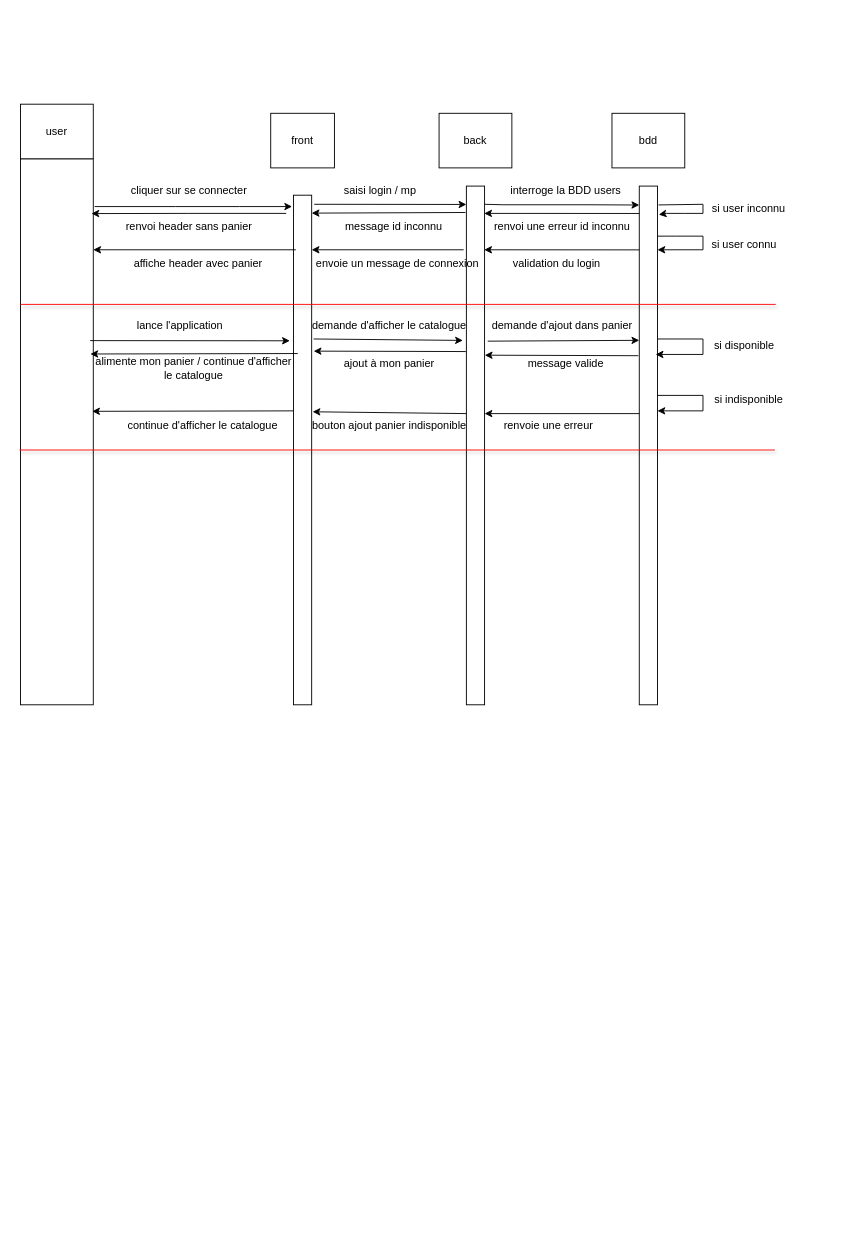
The draw.io diagram Diagramme sans nom.drawio in Nairolf7793/Nairolf7793, before the edit. Source tidied: cells renumbered, new cells numbered last; positions are measured from the earlier drawing's top-left corner, leaving out a move shared by most shapes. Both pictures are drawn from the tidied source at 91%, with x=0, y=0 at pixel (19, 104).
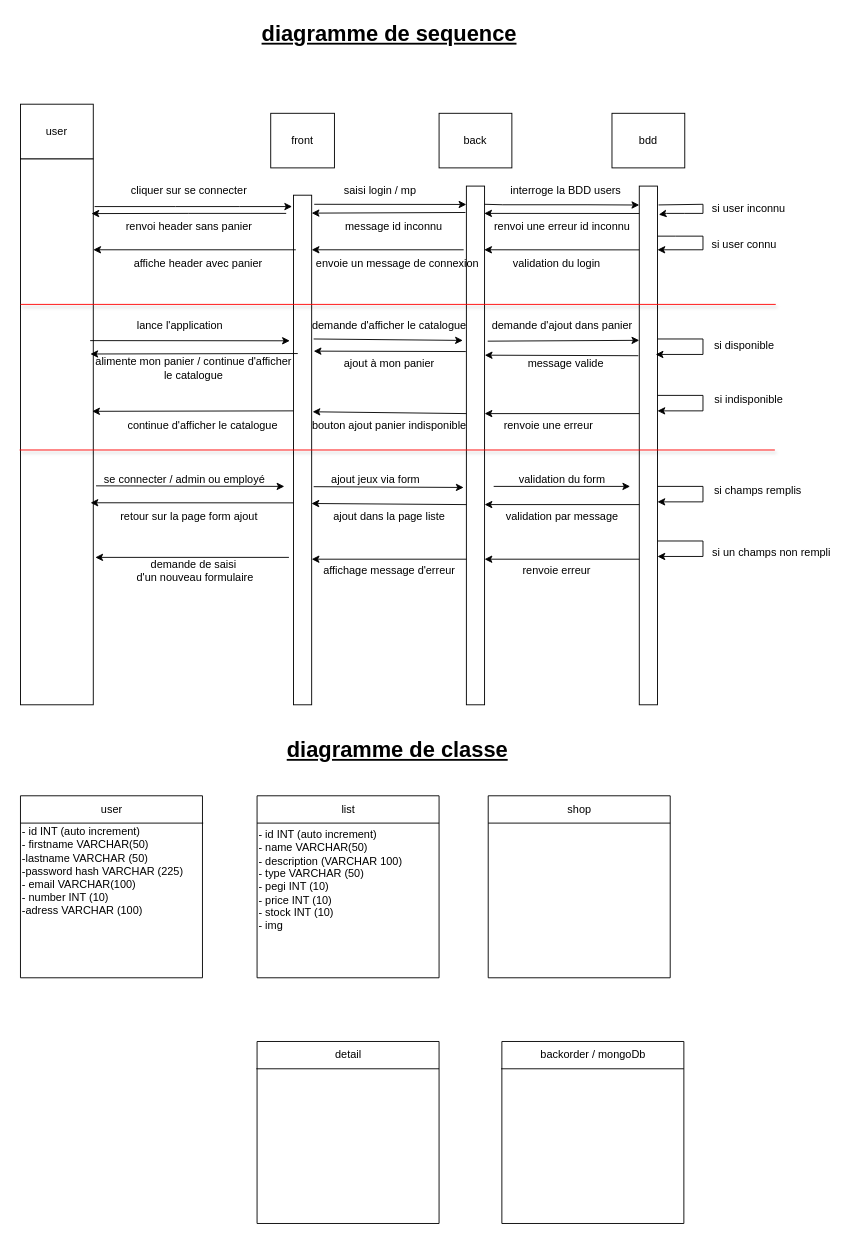
Above is the later version.

Commit message (it also covers changes not shown here):
Mettre à jour Diagramme sans nom.drawio

Unchanged cells that the change refers to:
```xml
<mxCell id="2" style="rounded=0;whiteSpace=wrap;html=1;" parent="1" vertex="1">
  <mxGeometry x="1" y="60" width="80" height="600" as="geometry" />
</mxCell>
<mxCell id="3" style="rounded=0;whiteSpace=wrap;html=1;" parent="1" vertex="1">
  <mxGeometry x="301" y="100" width="20" height="560" as="geometry" />
</mxCell>
<mxCell id="4" style="rounded=0;whiteSpace=wrap;html=1;" parent="1" vertex="1">
  <mxGeometry x="491" y="90" width="20" height="570" as="geometry" />
</mxCell>
```

The edit, as a diff of the source:
```diff
@@
+    <mxCell id="56" style="endArrow=classic;html=1;rounded=0;exitX=1.038;exitY=0.599;exitDx=0;exitDy=0;exitPerimeter=0;" parent="1" edge="1" source="2">
+      <mxGeometry relative="1" as="geometry">
+        <mxPoint x="291" y="420" as="targetPoint" />
+      </mxGeometry>
+    </mxCell>
+    <mxCell id="57" value="se connecter / admin ou employé" style="text;html=1;align=center;verticalAlign=middle;strokeColor=none;fillColor=none;" parent="1" vertex="1">
+      <mxGeometry x="81" y="398" width="200" height="30" as="geometry" />
+    </mxCell>
+    <mxCell id="58" style="endArrow=classic;html=1;rounded=0;entryX=-0.15;entryY=0.581;entryDx=0;entryDy=0;entryPerimeter=0;exitX=1.11;exitY=0.572;exitDx=0;exitDy=0;exitPerimeter=0;" parent="1" edge="1" source="3" target="4">
+      <mxGeometry relative="1" as="geometry" />
+    </mxCell>
+    <mxCell id="59" value="ajout jeux via form" style="text;html=1;align=center;verticalAlign=middle;strokeColor=none;fillColor=none;" parent="1" vertex="1">
+      <mxGeometry x="331" y="398" width="120" height="30" as="geometry" />
+    </mxCell>
+    <mxCell id="60" style="endArrow=classic;html=1;rounded=0;" parent="1" edge="1">
+      <mxGeometry relative="1" as="geometry">
+        <mxPoint x="521" y="420" as="sourcePoint" />
+        <mxPoint x="671" y="420" as="targetPoint" />
+      </mxGeometry>
+    </mxCell>
+    <mxCell id="61" value="validation du form" style="text;html=1;align=center;verticalAlign=middle;strokeColor=none;fillColor=none;" parent="1" vertex="1">
+      <mxGeometry x="536" y="398" width="120" height="30" as="geometry" />
+    </mxCell>
+    <mxCell id="62" style="endArrow=classic;html=1;rounded=0;entryX=1;entryY=0.5;entryDx=0;entryDy=0;" parent="1" edge="1">
+      <mxGeometry relative="1" as="geometry">
+        <mxPoint x="701" y="420" as="sourcePoint" />
+        <mxPoint x="701" y="437" as="targetPoint" />
+        <Array as="points">
+          <mxPoint x="751" y="420" />
+          <mxPoint x="751" y="437" />
+        </Array>
+      </mxGeometry>
+    </mxCell>
+    <mxCell id="63" value="si champs remplis" style="text;html=1;align=center;verticalAlign=middle;strokeColor=none;fillColor=none;" parent="1" vertex="1">
+      <mxGeometry x="751" y="410" width="120" height="30" as="geometry" />
+    </mxCell>
+    <mxCell id="64" style="endArrow=classic;html=1;rounded=0;entryX=1;entryY=0.614;entryDx=0;entryDy=0;entryPerimeter=0;" parent="1" edge="1" target="4">
+      <mxGeometry relative="1" as="geometry">
+        <mxPoint x="681" y="440" as="sourcePoint" />
+      </mxGeometry>
+    </mxCell>
+    <mxCell id="65" value="validation par message" style="text;html=1;align=center;verticalAlign=middle;strokeColor=none;fillColor=none;" parent="1" vertex="1">
+      <mxGeometry x="521" y="438" width="150" height="30" as="geometry" />
+    </mxCell>
+    <mxCell id="66" style="endArrow=classic;html=1;rounded=0;entryX=0.99;entryY=0.605;entryDx=0;entryDy=0;entryPerimeter=0;" parent="1" edge="1" target="3">
+      <mxGeometry relative="1" as="geometry">
+        <mxPoint x="491" y="440" as="sourcePoint" />
+      </mxGeometry>
+    </mxCell>
+    <mxCell id="67" value="ajout dans la page liste" style="text;html=1;align=center;verticalAlign=middle;strokeColor=none;fillColor=none;" parent="1" vertex="1">
+      <mxGeometry x="331" y="438" width="150" height="30" as="geometry" />
+    </mxCell>
+    <mxCell id="68" style="endArrow=classic;html=1;rounded=0;exitX=0;exitY=0.693;exitDx=0;exitDy=0;exitPerimeter=0;" parent="1" edge="1">
+      <mxGeometry relative="1" as="geometry">
+        <mxPoint x="301" y="438.1" as="sourcePoint" />
+        <mxPoint x="78" y="438" as="targetPoint" />
+      </mxGeometry>
+    </mxCell>
+    <mxCell id="69" value="retour sur la page form ajout" style="text;html=1;align=center;verticalAlign=middle;strokeColor=none;fillColor=none;" parent="1" vertex="1">
+      <mxGeometry x="101" y="438" width="170" height="30" as="geometry" />
+    </mxCell>
+    <mxCell id="70" style="endArrow=classic;html=1;rounded=0;entryX=1;entryY=0.5;entryDx=0;entryDy=0;" parent="1" edge="1">
+      <mxGeometry relative="1" as="geometry">
+        <mxPoint x="701" y="480" as="sourcePoint" />
+        <mxPoint x="701" y="497" as="targetPoint" />
+        <Array as="points">
+          <mxPoint x="751" y="480" />
+          <mxPoint x="751" y="497" />
+        </Array>
+      </mxGeometry>
+    </mxCell>
+    <mxCell id="71" value="si un champs non rempli" style="text;html=1;align=center;verticalAlign=middle;strokeColor=none;fillColor=none;" parent="1" vertex="1">
+      <mxGeometry x="751" y="478" width="150" height="30" as="geometry" />
+    </mxCell>
+    <mxCell id="72" style="endArrow=classic;html=1;rounded=0;entryX=1;entryY=0.614;entryDx=0;entryDy=0;entryPerimeter=0;" parent="1" edge="1">
+      <mxGeometry relative="1" as="geometry">
+        <mxPoint x="681" y="500" as="sourcePoint" />
+        <mxPoint x="511" y="500" as="targetPoint" />
+      </mxGeometry>
+    </mxCell>
+    <mxCell id="73" style="endArrow=classic;html=1;rounded=0;entryX=1;entryY=0.614;entryDx=0;entryDy=0;entryPerimeter=0;" parent="1" edge="1">
+      <mxGeometry relative="1" as="geometry">
+        <mxPoint x="491" y="500" as="sourcePoint" />
+        <mxPoint x="321" y="500" as="targetPoint" />
+      </mxGeometry>
+    </mxCell>
+    <mxCell id="74" value="renvoie erreur" style="text;html=1;align=center;verticalAlign=middle;strokeColor=none;fillColor=none;" parent="1" vertex="1">
+      <mxGeometry x="540" y="498" width="100" height="30" as="geometry" />
+    </mxCell>
+    <mxCell id="75" value="affichage message d'erreur" style="text;html=1;align=center;verticalAlign=middle;strokeColor=none;fillColor=none;" parent="1" vertex="1">
+      <mxGeometry x="321" y="498" width="170" height="30" as="geometry" />
+    </mxCell>
+    <mxCell id="76" style="endArrow=classic;html=1;rounded=0;entryX=1.028;entryY=0.73;entryDx=0;entryDy=0;entryPerimeter=0;" parent="1" edge="1" target="2">
+      <mxGeometry relative="1" as="geometry">
+        <mxPoint x="296" y="498" as="sourcePoint" />
+      </mxGeometry>
+    </mxCell>
+    <mxCell id="77" value="demande de saisi&lt;div&gt;&amp;nbsp;d'un nouveau formulaire&lt;/div&gt;" style="text;html=1;align=center;verticalAlign=middle;strokeColor=none;fillColor=none;" parent="1" vertex="1">
+      <mxGeometry x="111" y="493" width="160" height="40" as="geometry" />
+    </mxCell>
+    <mxCell id="78" style="swimlane;startSize=0;" parent="1" vertex="1">
+      <mxGeometry x="1" y="760" width="200" height="200" as="geometry" />
+    </mxCell>
+    <mxCell id="79" value="user" style="text;html=1;align=center;verticalAlign=middle;strokeColor=none;fillColor=none;" parent="78" vertex="1">
+      <mxGeometry x="75" width="50" height="30" as="geometry" />
+    </mxCell>
+    <mxCell id="80" style="endArrow=none;html=1;rounded=0;exitX=-0.017;exitY=0.15;exitDx=0;exitDy=0;exitPerimeter=0;entryX=0.987;entryY=0.15;entryDx=0;entryDy=0;entryPerimeter=0;" parent="78" edge="1">
+      <mxGeometry relative="1" as="geometry">
+        <mxPoint y="30" as="sourcePoint" />
+        <mxPoint x="200.8" y="30" as="targetPoint" />
+      </mxGeometry>
+    </mxCell>
+    <mxCell id="81" value="- id INT (auto increment)&lt;div&gt;- firstname VARCHAR(50)&lt;/div&gt;&lt;div&gt;-lastname VARCHAR (50)&lt;/div&gt;&lt;div&gt;-password hash&amp;nbsp;&lt;span style=&quot;background-color: initial;&quot;&gt;VARCHAR (225)&lt;/span&gt;&lt;/div&gt;&lt;div&gt;&lt;span style=&quot;background-color: initial;&quot;&gt;- email VARCHAR(100)&lt;/span&gt;&lt;/div&gt;&lt;div&gt;- number INT (10)&lt;/div&gt;&lt;div&gt;-adress VARCHAR (100)&lt;/div&gt;&lt;div&gt;&lt;br&gt;&lt;/div&gt;" style="text;html=1;align=left;verticalAlign=middle;strokeColor=none;fillColor=none;" parent="78" vertex="1">
+      <mxGeometry y="25" width="200" height="130" as="geometry" />
+    </mxCell>
+    <mxCell id="82" style="swimlane;startSize=0;" parent="1" vertex="1">
+      <mxGeometry x="261" y="760" width="200" height="200" as="geometry" />
+    </mxCell>
+    <mxCell id="83" value="list" style="text;html=1;align=center;verticalAlign=middle;strokeColor=none;fillColor=none;" parent="82" vertex="1">
+      <mxGeometry x="80" width="40" height="30" as="geometry" />
+    </mxCell>
+    <mxCell id="84" style="endArrow=none;html=1;rounded=0;exitX=-0.017;exitY=0.15;exitDx=0;exitDy=0;exitPerimeter=0;entryX=0.987;entryY=0.15;entryDx=0;entryDy=0;entryPerimeter=0;" parent="82" edge="1">
+      <mxGeometry relative="1" as="geometry">
+        <mxPoint y="30" as="sourcePoint" />
+        <mxPoint x="200" y="30" as="targetPoint" />
+      </mxGeometry>
+    </mxCell>
+    <mxCell id="85" value="- id INT (auto increment)&lt;div&gt;- name VARCHAR(50)&lt;/div&gt;&lt;div&gt;- description (VARCHAR 100)&lt;/div&gt;&lt;div&gt;- type VARCHAR (50)&lt;/div&gt;&lt;div&gt;&lt;span style=&quot;background-color: initial;&quot;&gt;- pegi INT (10)&lt;/span&gt;&lt;/div&gt;&lt;div&gt;&lt;span style=&quot;background-color: initial;&quot;&gt;- price INT (10)&lt;/span&gt;&lt;/div&gt;&lt;div&gt;- stock INT (10)&lt;/div&gt;&lt;div&gt;- img&amp;nbsp;&lt;/div&gt;&lt;div&gt;&lt;br&gt;&lt;/div&gt;" style="text;html=1;align=left;verticalAlign=middle;strokeColor=none;fillColor=none;" parent="82" vertex="1">
+      <mxGeometry y="30" width="180" height="140" as="geometry" />
+    </mxCell>
+    <mxCell id="86" style="swimlane;startSize=0;" parent="1" vertex="1">
+      <mxGeometry x="515" y="760" width="200" height="200" as="geometry" />
+    </mxCell>
+    <mxCell id="87" value="shop" style="text;html=1;align=center;verticalAlign=middle;strokeColor=none;fillColor=none;" parent="86" vertex="1">
+      <mxGeometry x="75" width="50" height="30" as="geometry" />
+    </mxCell>
+    <mxCell id="88" style="endArrow=none;html=1;rounded=0;exitX=-0.017;exitY=0.15;exitDx=0;exitDy=0;exitPerimeter=0;entryX=0.987;entryY=0.15;entryDx=0;entryDy=0;entryPerimeter=0;" parent="86" edge="1">
+      <mxGeometry relative="1" as="geometry">
+        <mxPoint y="30" as="sourcePoint" />
+        <mxPoint x="200" y="30" as="targetPoint" />
+      </mxGeometry>
+    </mxCell>
+    <mxCell id="89" style="swimlane;startSize=0;" parent="1" vertex="1">
+      <mxGeometry x="261" y="1030" width="200" height="200" as="geometry" />
+    </mxCell>
+    <mxCell id="90" value="detail" style="text;html=1;align=center;verticalAlign=middle;strokeColor=none;fillColor=none;" parent="89" vertex="1">
+      <mxGeometry x="75" width="50" height="30" as="geometry" />
+    </mxCell>
+    <mxCell id="91" style="endArrow=none;html=1;rounded=0;exitX=-0.017;exitY=0.15;exitDx=0;exitDy=0;exitPerimeter=0;entryX=0.987;entryY=0.15;entryDx=0;entryDy=0;entryPerimeter=0;" parent="89" edge="1">
+      <mxGeometry relative="1" as="geometry">
+        <mxPoint x="-0.8" y="30" as="sourcePoint" />
+        <mxPoint x="200" y="30" as="targetPoint" />
+      </mxGeometry>
+    </mxCell>
+    <mxCell id="92" value="&lt;font style=&quot;font-size: 24px;&quot;&gt;&lt;b&gt;&lt;u&gt;diagramme de sequence&lt;/u&gt;&lt;/b&gt;&lt;/font&gt;" style="text;html=1;align=center;verticalAlign=middle;strokeColor=none;fillColor=none;" parent="1" vertex="1">
+      <mxGeometry x="256" y="-97" width="300" height="40" as="geometry" />
+    </mxCell>
+    <mxCell id="93" value="&lt;font style=&quot;font-size: 24px;&quot;&gt;&lt;b&gt;&lt;u&gt;diagramme de classe&lt;/u&gt;&lt;/b&gt;&lt;/font&gt;" style="text;html=1;align=center;verticalAlign=middle;strokeColor=none;fillColor=none;" parent="1" vertex="1">
+      <mxGeometry x="280" y="690" width="270" height="40" as="geometry" />
+    </mxCell>
+    <mxCell id="94" style="swimlane;startSize=0;" parent="1" vertex="1">
+      <mxGeometry x="530" y="1030" width="200" height="200" as="geometry" />
+    </mxCell>
+    <mxCell id="95" value="backorder / mongoDb" style="text;html=1;align=center;verticalAlign=middle;strokeColor=none;fillColor=none;" parent="94" vertex="1">
+      <mxGeometry x="30" width="140" height="30" as="geometry" />
+    </mxCell>
+    <mxCell id="96" style="endArrow=none;html=1;rounded=0;exitX=-0.017;exitY=0.15;exitDx=0;exitDy=0;exitPerimeter=0;entryX=0.987;entryY=0.15;entryDx=0;entryDy=0;entryPerimeter=0;" parent="94" edge="1">
+      <mxGeometry relative="1" as="geometry">
+        <mxPoint x="-0.8" y="30" as="sourcePoint" />
+        <mxPoint x="200" y="30" as="targetPoint" />
+      </mxGeometry>
+    </mxCell>
```
